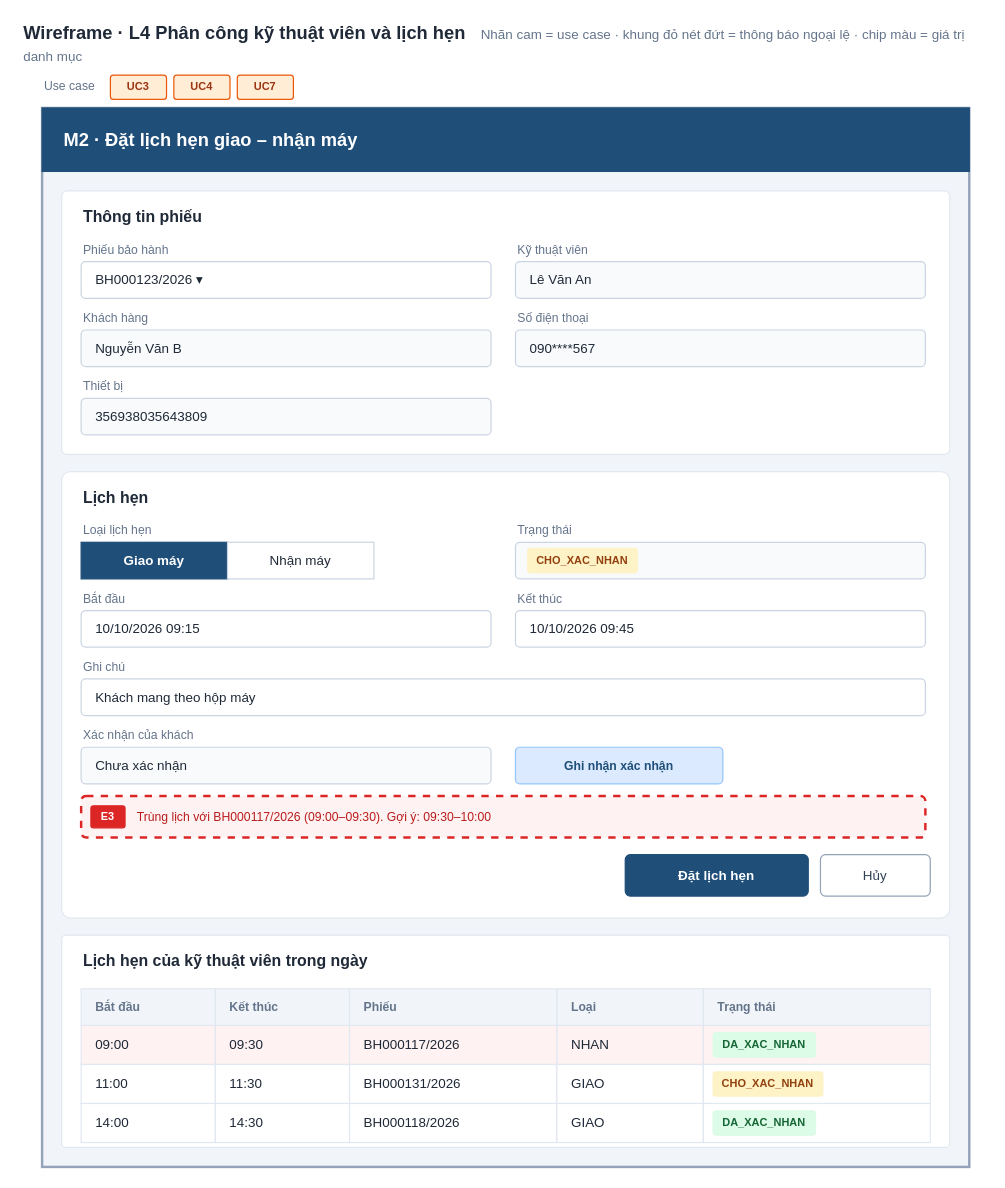
This is page "Wireframe-M2" (3 of 3) of docs/wireframe.drawio from long191105/smartcrm-2374802010281-phan_cong_ky_thuat_vien, a draw.io file, before an edit. Source tidied: cells renumbered, new cells numbered last; positions are measured from the earlier drawing's top-left corner, leaving out a move shared by most shapes. Both pictures are drawn from the tidied source at 122%, with x=0, y=0 at pixel (21, 24).
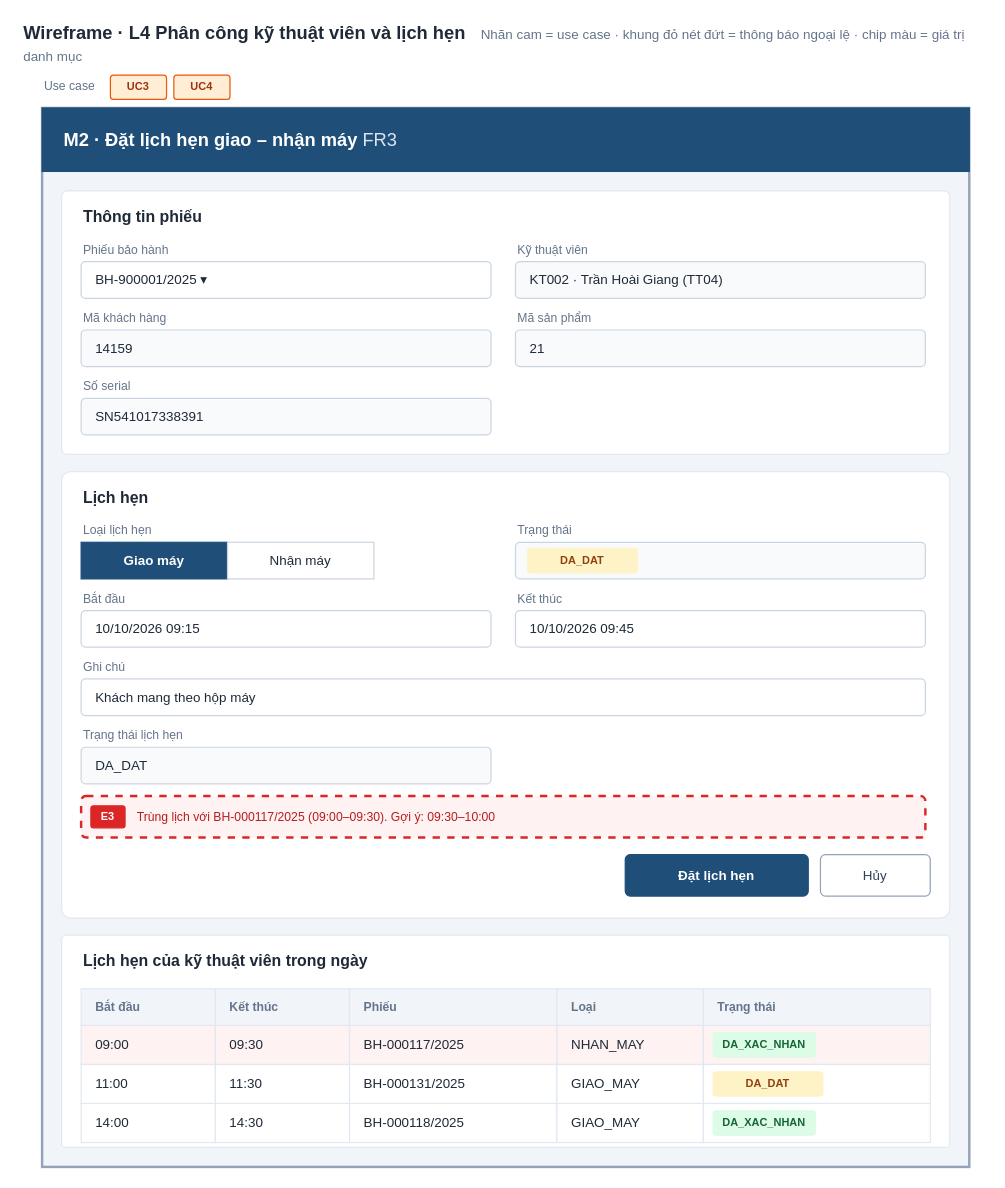
Above is the later version.

The edit, as a diff of the source:
```diff
@@
-    <mxCell id="6" value="UC7" style="rounded=1;arcSize=12;whiteSpace=wrap;html=1;fillColor=#FFEDD5;strokeColor=#EA580C;fontSize=9;fontColor=#9A3412;align=center;spacingLeft=0;verticalAlign=middle;fontStyle=1;" parent="1" vertex="1">
-      <mxGeometry x="177" y="41" width="46" height="20" as="geometry" />
-    </mxCell>
@@
-    <mxCell id="8" value="&lt;b&gt;M2 · Đặt lịch hẹn giao – nhận máy&lt;/b&gt;" style="rounded=0;whiteSpace=wrap;html=1;fillColor=#1F4E79;strokeColor=#1F4E79;fontColor=#FFFFFF;align=left;spacingLeft=16;fontSize=15;" parent="1" vertex="1">
+    <mxCell id="8" value="&lt;b&gt;M2 · Đặt lịch hẹn giao – nhận máy&lt;/b&gt; &lt;font color=&quot;#DCE6F1&quot;&gt;FR3&lt;/font&gt;" style="rounded=0;whiteSpace=wrap;html=1;fillColor=#1F4E79;strokeColor=#1F4E79;fontColor=#FFFFFF;align=left;spacingLeft=16;fontSize=15;" parent="1" vertex="1">
       <mxGeometry x="17" y="68" width="760" height="52" as="geometry" />
     </mxCell>
@@
-    <mxCell id="12" value="BH000123/2026  ▾" style="rounded=1;arcSize=12;whiteSpace=wrap;html=1;fillColor=#FFFFFF;strokeColor=#CBD5E1;fontSize=11;fontColor=#1F2937;align=left;spacingLeft=10;verticalAlign=middle;" parent="1" vertex="1">
+    <mxCell id="12" value="BH-900001/2025 ▾" style="rounded=1;arcSize=12;whiteSpace=wrap;html=1;fillColor=#FFFFFF;strokeColor=#CBD5E1;fontSize=11;fontColor=#1F2937;align=left;spacingLeft=10;verticalAlign=middle;" parent="1" vertex="1">
       <mxGeometry x="49" y="194" width="336" height="30" as="geometry" />
     </mxCell>
@@
-    <mxCell id="14" value="Lê Văn An" style="rounded=1;arcSize=12;whiteSpace=wrap;html=1;fillColor=#F8FAFC;strokeColor=#CBD5E1;fontSize=11;fontColor=#1F2937;align=left;spacingLeft=10;verticalAlign=middle;" parent="1" vertex="1">
+    <mxCell id="14" value="KT002 · Trần Hoài Giang (TT04)" style="rounded=1;arcSize=12;whiteSpace=wrap;html=1;fillColor=#F8FAFC;strokeColor=#CBD5E1;fontSize=11;fontColor=#1F2937;align=left;spacingLeft=10;verticalAlign=middle;" parent="1" vertex="1">
       <mxGeometry x="405" y="194" width="336" height="30" as="geometry" />
     </mxCell>
-    <mxCell id="15" value="Khách hàng" style="text;html=1;whiteSpace=wrap;align=left;verticalAlign=middle;fontSize=10;fontColor=#64748B;" parent="1" vertex="1">
+    <mxCell id="15" value="Mã khách hàng" style="text;html=1;whiteSpace=wrap;align=left;verticalAlign=middle;fontSize=10;fontColor=#64748B;" parent="1" vertex="1">
       <mxGeometry x="49" y="232" width="336" height="16" as="geometry" />
     </mxCell>
-    <mxCell id="16" value="Nguyễn Văn B" style="rounded=1;arcSize=12;whiteSpace=wrap;html=1;fillColor=#F8FAFC;strokeColor=#CBD5E1;fontSize=11;fontColor=#1F2937;align=left;spacingLeft=10;verticalAlign=middle;" parent="1" vertex="1">
+    <mxCell id="16" value="14159" style="rounded=1;arcSize=12;whiteSpace=wrap;html=1;fillColor=#F8FAFC;strokeColor=#CBD5E1;fontSize=11;fontColor=#1F2937;align=left;spacingLeft=10;verticalAlign=middle;" parent="1" vertex="1">
       <mxGeometry x="49" y="250" width="336" height="30" as="geometry" />
     </mxCell>
-    <mxCell id="17" value="Số điện thoại" style="text;html=1;whiteSpace=wrap;align=left;verticalAlign=middle;fontSize=10;fontColor=#64748B;" parent="1" vertex="1">
+    <mxCell id="17" value="Mã sản phẩm" style="text;html=1;whiteSpace=wrap;align=left;verticalAlign=middle;fontSize=10;fontColor=#64748B;" parent="1" vertex="1">
       <mxGeometry x="405" y="232" width="336" height="16" as="geometry" />
     </mxCell>
-    <mxCell id="18" value="090****567" style="rounded=1;arcSize=12;whiteSpace=wrap;html=1;fillColor=#F8FAFC;strokeColor=#CBD5E1;fontSize=11;fontColor=#1F2937;align=left;spacingLeft=10;verticalAlign=middle;" parent="1" vertex="1">
+    <mxCell id="18" value="21" style="rounded=1;arcSize=12;whiteSpace=wrap;html=1;fillColor=#F8FAFC;strokeColor=#CBD5E1;fontSize=11;fontColor=#1F2937;align=left;spacingLeft=10;verticalAlign=middle;" parent="1" vertex="1">
       <mxGeometry x="405" y="250" width="336" height="30" as="geometry" />
     </mxCell>
-    <mxCell id="19" value="Thiết bị" style="text;html=1;whiteSpace=wrap;align=left;verticalAlign=middle;fontSize=10;fontColor=#64748B;" parent="1" vertex="1">
+    <mxCell id="19" value="Số serial" style="text;html=1;whiteSpace=wrap;align=left;verticalAlign=middle;fontSize=10;fontColor=#64748B;" parent="1" vertex="1">
       <mxGeometry x="49" y="288" width="336" height="16" as="geometry" />
     </mxCell>
-    <mxCell id="20" value="356938035643809" style="rounded=1;arcSize=12;whiteSpace=wrap;html=1;fillColor=#F8FAFC;strokeColor=#CBD5E1;fontSize=11;fontColor=#1F2937;align=left;spacingLeft=10;verticalAlign=middle;" parent="1" vertex="1">
+    <mxCell id="20" value="SN541017338391" style="rounded=1;arcSize=12;whiteSpace=wrap;html=1;fillColor=#F8FAFC;strokeColor=#CBD5E1;fontSize=11;fontColor=#1F2937;align=left;spacingLeft=10;verticalAlign=middle;" parent="1" vertex="1">
       <mxGeometry x="49" y="306" width="336" height="30" as="geometry" />
     </mxCell>
@@
-    <mxCell id="28" value="CHO_XAC_NHAN" style="rounded=1;arcSize=12;whiteSpace=wrap;html=1;fillColor=#FEF3C7;strokeColor=#FEF3C7;fontSize=9;fontColor=#92400E;align=center;spacingLeft=0;verticalAlign=middle;fontStyle=1;" parent="1" vertex="1">
+    <mxCell id="28" value="DA_DAT" style="rounded=1;arcSize=12;whiteSpace=wrap;html=1;fillColor=#FEF3C7;strokeColor=#FEF3C7;fontSize=9;fontColor=#92400E;align=center;spacingLeft=0;verticalAlign=middle;fontStyle=1;" parent="1" vertex="1">
       <mxGeometry x="415" y="429" width="90" height="20" as="geometry" />
     </mxCell>
@@
-    <mxCell id="35" value="Xác nhận của khách" style="text;html=1;whiteSpace=wrap;align=left;verticalAlign=middle;fontSize=10;fontColor=#64748B;" parent="1" vertex="1">
+    <mxCell id="35" value="Trạng thái lịch hẹn" style="text;html=1;whiteSpace=wrap;align=left;verticalAlign=middle;fontSize=10;fontColor=#64748B;" parent="1" vertex="1">
       <mxGeometry x="49" y="574" width="336" height="16" as="geometry" />
     </mxCell>
-    <mxCell id="36" value="Chưa xác nhận" style="rounded=1;arcSize=12;whiteSpace=wrap;html=1;fillColor=#F8FAFC;strokeColor=#CBD5E1;fontSize=11;fontColor=#1F2937;align=left;spacingLeft=10;verticalAlign=middle;" parent="1" vertex="1">
+    <mxCell id="36" value="DA_DAT" style="rounded=1;arcSize=12;whiteSpace=wrap;html=1;fillColor=#F8FAFC;strokeColor=#CBD5E1;fontSize=11;fontColor=#1F2937;align=left;spacingLeft=10;verticalAlign=middle;" parent="1" vertex="1">
       <mxGeometry x="49" y="592" width="336" height="30" as="geometry" />
     </mxCell>
-    <mxCell id="37" value="Ghi nhận xác nhận" style="rounded=1;arcSize=12;whiteSpace=wrap;html=1;fillColor=#DBEAFE;strokeColor=#93C5FD;fontSize=10;fontColor=#1F4E79;align=center;spacingLeft=0;verticalAlign=middle;fontStyle=1;" parent="1" vertex="1">
-      <mxGeometry x="405" y="592" width="170" height="30" as="geometry" />
-    </mxCell>
-    <mxCell id="38" value="Trùng lịch với BH000117/2026 (09:00–09:30). Gợi ý: 09:30–10:00" style="rounded=1;arcSize=12;whiteSpace=wrap;html=1;fillColor=#FEF2F2;strokeColor=#DC2626;fontSize=10;fontColor=#B91C1C;align=left;spacingLeft=44;verticalAlign=middle;dashed=1;strokeWidth=2;" parent="1" vertex="1">
+    <mxCell id="38" value="Trùng lịch với BH-000117/2025 (09:00–09:30). Gợi ý: 09:30–10:00" style="rounded=1;arcSize=12;whiteSpace=wrap;html=1;fillColor=#FEF2F2;strokeColor=#DC2626;fontSize=10;fontColor=#B91C1C;align=left;spacingLeft=44;verticalAlign=middle;dashed=1;strokeWidth=2;" parent="1" vertex="1">
       <mxGeometry x="49" y="632" width="692" height="34" as="geometry" />
     </mxCell>
@@
-    <mxCell id="51" value="BH000117/2026" style="rounded=0;whiteSpace=wrap;html=1;fillColor=#FEF2F2;strokeColor=#E2E8F0;fontSize=11;fontColor=#1F2937;align=left;spacingLeft=10;verticalAlign=middle;" parent="1" vertex="1">
+    <mxCell id="51" value="BH-000117/2025" style="rounded=0;whiteSpace=wrap;html=1;fillColor=#FEF2F2;strokeColor=#E2E8F0;fontSize=11;fontColor=#1F2937;align=left;spacingLeft=10;verticalAlign=middle;" parent="1" vertex="1">
       <mxGeometry x="269" y="820" width="170" height="32" as="geometry" />
     </mxCell>
-    <mxCell id="52" value="NHAN" style="rounded=0;whiteSpace=wrap;html=1;fillColor=#FEF2F2;strokeColor=#E2E8F0;fontSize=11;fontColor=#1F2937;align=left;spacingLeft=10;verticalAlign=middle;" parent="1" vertex="1">
+    <mxCell id="52" value="NHAN_MAY" style="rounded=0;whiteSpace=wrap;html=1;fillColor=#FEF2F2;strokeColor=#E2E8F0;fontSize=11;fontColor=#1F2937;align=left;spacingLeft=10;verticalAlign=middle;" parent="1" vertex="1">
       <mxGeometry x="439" y="820" width="120" height="32" as="geometry" />
     </mxCell>
@@
-    <mxCell id="57" value="BH000131/2026" style="rounded=0;whiteSpace=wrap;html=1;fillColor=#FFFFFF;strokeColor=#E2E8F0;fontSize=11;fontColor=#1F2937;align=left;spacingLeft=10;verticalAlign=middle;" parent="1" vertex="1">
+    <mxCell id="57" value="BH-000131/2025" style="rounded=0;whiteSpace=wrap;html=1;fillColor=#FFFFFF;strokeColor=#E2E8F0;fontSize=11;fontColor=#1F2937;align=left;spacingLeft=10;verticalAlign=middle;" parent="1" vertex="1">
       <mxGeometry x="269" y="852" width="170" height="32" as="geometry" />
     </mxCell>
-    <mxCell id="58" value="GIAO" style="rounded=0;whiteSpace=wrap;html=1;fillColor=#FFFFFF;strokeColor=#E2E8F0;fontSize=11;fontColor=#1F2937;align=left;spacingLeft=10;verticalAlign=middle;" parent="1" vertex="1">
+    <mxCell id="58" value="GIAO_MAY" style="rounded=0;whiteSpace=wrap;html=1;fillColor=#FFFFFF;strokeColor=#E2E8F0;fontSize=11;fontColor=#1F2937;align=left;spacingLeft=10;verticalAlign=middle;" parent="1" vertex="1">
       <mxGeometry x="439" y="852" width="120" height="32" as="geometry" />
     </mxCell>
@@
-    <mxCell id="60" value="CHO_XAC_NHAN" style="rounded=1;arcSize=12;whiteSpace=wrap;html=1;fillColor=#FEF3C7;strokeColor=#FEF3C7;fontSize=9;fontColor=#92400E;align=center;spacingLeft=0;verticalAlign=middle;fontStyle=1;" parent="1" vertex="1">
+    <mxCell id="60" value="DA_DAT" style="rounded=1;arcSize=12;whiteSpace=wrap;html=1;fillColor=#FEF3C7;strokeColor=#FEF3C7;fontSize=9;fontColor=#92400E;align=center;spacingLeft=0;verticalAlign=middle;fontStyle=1;" parent="1" vertex="1">
       <mxGeometry x="567" y="858" width="90" height="20" as="geometry" />
     </mxCell>
@@
-    <mxCell id="63" value="BH000118/2026" style="rounded=0;whiteSpace=wrap;html=1;fillColor=#FFFFFF;strokeColor=#E2E8F0;fontSize=11;fontColor=#1F2937;align=left;spacingLeft=10;verticalAlign=middle;" parent="1" vertex="1">
+    <mxCell id="63" value="BH-000118/2025" style="rounded=0;whiteSpace=wrap;html=1;fillColor=#FFFFFF;strokeColor=#E2E8F0;fontSize=11;fontColor=#1F2937;align=left;spacingLeft=10;verticalAlign=middle;" parent="1" vertex="1">
       <mxGeometry x="269" y="884" width="170" height="32" as="geometry" />
     </mxCell>
-    <mxCell id="64" value="GIAO" style="rounded=0;whiteSpace=wrap;html=1;fillColor=#FFFFFF;strokeColor=#E2E8F0;fontSize=11;fontColor=#1F2937;align=left;spacingLeft=10;verticalAlign=middle;" parent="1" vertex="1">
+    <mxCell id="64" value="GIAO_MAY" style="rounded=0;whiteSpace=wrap;html=1;fillColor=#FFFFFF;strokeColor=#E2E8F0;fontSize=11;fontColor=#1F2937;align=left;spacingLeft=10;verticalAlign=middle;" parent="1" vertex="1">
       <mxGeometry x="439" y="884" width="120" height="32" as="geometry" />
     </mxCell>
```
